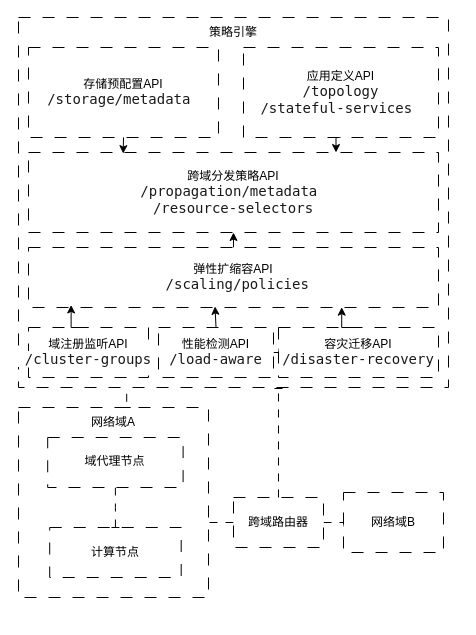
This is 未命名绘图.drawio from RagingSilence/drawio, a draw.io file, before an edit. Source tidied: cells renumbered, new cells numbered last; positions are measured from the earlier drawing's top-left corner, leaving out a move shared by most shapes. Both pictures are drawn from the tidied source at 100%, with x=0, y=0 at pixel (18, 17).
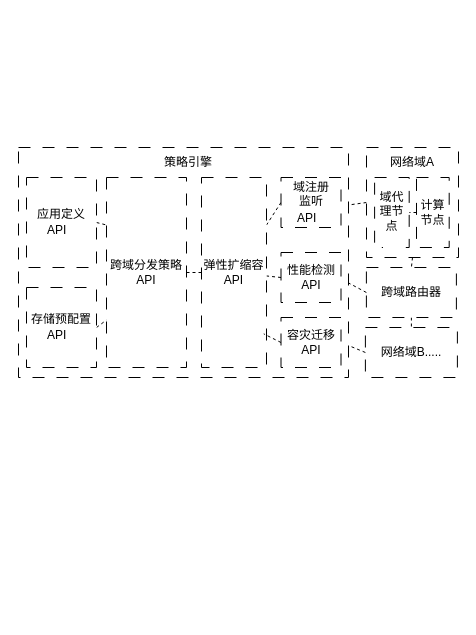
The same diagram, later.

The edit, as a diff of the source:
```diff
@@
-    <mxCell id="2" style="edgeStyle=orthogonalEdgeStyle;rounded=0;jettySize=auto;html=1;fontFamily=Helvetica;fontSize=12;fontColor=default;dashed=1;dashPattern=8 8;strokeColor=default;align=center;verticalAlign=middle;labelBackgroundColor=default;endArrow=baseDash;endFill=0;" parent="1" edge="1" source="4" target="10">
-      <mxGeometry relative="1" as="geometry" />
-    </mxCell>
-    <mxCell id="3" style="edgeStyle=orthogonalEdgeStyle;shape=connector;rounded=0;jettySize=auto;html=1;exitX=1;exitY=0.5;exitDx=0;exitDy=0;entryX=0;entryY=0.5;entryDx=0;entryDy=0;dashed=1;dashPattern=8 8;strokeColor=default;align=center;verticalAlign=middle;fontFamily=Helvetica;fontSize=12;fontColor=default;labelBackgroundColor=default;endArrow=baseDash;endFill=0;" parent="1" edge="1" source="4" target="24">
+    <mxCell id="3" style="edgeStyle=none;shape=connector;rounded=0;jettySize=auto;html=1;exitX=0.5;exitY=1;exitDx=0;exitDy=0;entryX=0.5;entryY=0;entryDx=0;entryDy=0;dashed=1;strokeColor=default;align=center;verticalAlign=middle;fontFamily=Helvetica;fontSize=11;fontColor=default;labelBackgroundColor=default;endArrow=none;" parent="1" edge="1" source="4" target="24">
       <mxGeometry relative="1" as="geometry" />
     </mxCell>
     <mxCell id="4" value="跨域路由器" style="rounded=0;whiteSpace=wrap;html=1;dashed=1;dashPattern=12 12;" parent="1" vertex="1">
-      <mxGeometry x="215" y="480" width="90" height="50" as="geometry" />
+      <mxGeometry x="347.9" y="250" width="90" height="50" as="geometry" />
     </mxCell>
-    <mxCell id="5" style="group;" parent="1" vertex="1">
-      <mxGeometry y="390" width="190" height="210" as="geometry" />
-    </mxCell>
-    <mxCell id="6" style="rounded=0;whiteSpace=wrap;html=1;dashed=1;dashPattern=12 12;" parent="5" vertex="1">
-      <mxGeometry width="190" height="190" as="geometry" />
-    </mxCell>
-    <mxCell id="7" value="计算节点" style="rounded=0;whiteSpace=wrap;html=1;dashed=1;dashPattern=12 12;" parent="5" vertex="1">
-      <mxGeometry x="31.2" y="120" width="131.5" height="50" as="geometry" />
-    </mxCell>
-    <mxCell id="8" style="edgeStyle=orthogonalEdgeStyle;shape=connector;rounded=0;jettySize=auto;html=1;exitX=0.5;exitY=1;exitDx=0;exitDy=0;entryX=0.5;entryY=0;entryDx=0;entryDy=0;dashed=1;dashPattern=8 8;strokeColor=default;align=center;verticalAlign=middle;fontFamily=Helvetica;fontSize=12;fontColor=default;labelBackgroundColor=default;endArrow=baseDash;endFill=0;" parent="5" edge="1" source="9" target="7">
-      <mxGeometry relative="1" as="geometry" />
-    </mxCell>
-    <mxCell id="9" value="&lt;div&gt;&lt;br&gt;&lt;/div&gt;&lt;div&gt;&lt;br&gt;&lt;/div&gt;域代理节点&lt;div&gt;&lt;span style=&quot;color: rgba(0, 0, 0, 0.9); font-family: ui-monospace, SFMono-Regular, &amp;quot;SF Mono&amp;quot;, Menlo, Consolas, &amp;quot;Liberation Mono&amp;quot;, monospace; font-size: 14px; text-align: start; white-space: pre; background-color: rgb(255, 255, 255);&quot;&gt; &lt;/span&gt;&lt;span style=&quot;background-color: light-dark(rgb(255, 255, 255), rgb(18, 18, 18)); color: light-dark(rgba(0, 0, 0, 0.9), rgb(237, 237, 237)); font-family: ui-monospace, SFMono-Regular, &amp;quot;SF Mono&amp;quot;, Menlo, Consolas, &amp;quot;Liberation Mono&amp;quot;, monospace; font-size: 14px; text-align: start; white-space: pre;&quot;&gt; &lt;/span&gt;&lt;/div&gt;&lt;div&gt;&lt;div&gt;&lt;br&gt;&lt;/div&gt;&lt;/div&gt;" style="rounded=0;whiteSpace=wrap;html=1;dashed=1;dashPattern=12 12;" parent="5" vertex="1">
-      <mxGeometry x="29.2" y="30" width="135.4" height="50" as="geometry" />
-    </mxCell>
-    <mxCell id="10" value="网络域A" style="text;html=1;align=center;verticalAlign=middle;whiteSpace=wrap;rounded=0;fontFamily=Helvetica;fontSize=12;fontColor=default;" parent="5" vertex="1">
-      <mxGeometry x="51.2" width="87.7" height="30" as="geometry" />
-    </mxCell>
-    <mxCell id="11" style="edgeStyle=orthogonalEdgeStyle;rounded=0;orthogonalLoop=1;jettySize=auto;html=1;exitX=0.25;exitY=1;exitDx=0;exitDy=0;entryX=0.65;entryY=-0.056;entryDx=0;entryDy=0;entryPerimeter=0;fontFamily=Helvetica;fontSize=12;fontColor=default;dashed=1;dashPattern=8 8;strokeColor=default;align=center;verticalAlign=middle;labelBackgroundColor=default;endArrow=baseDash;endFill=0;" parent="5" edge="1">
-      <mxGeometry relative="1" as="geometry">
-        <mxPoint x="215.6" y="-34.3" as="sourcePoint" />
-        <mxPoint x="108.2" as="targetPoint" />
-        <Array as="points">
-          <mxPoint x="108" y="-34" />
-        </Array>
-      </mxGeometry>
-    </mxCell>
     <mxCell id="12" style="rounded=0;whiteSpace=wrap;html=1;dashed=1;dashPattern=12 12;" parent="1" vertex="1">
-      <mxGeometry width="430" height="370" as="geometry" />
+      <mxGeometry y="130" width="330" height="230" as="geometry" />
     </mxCell>
+    <mxCell id="28" style="edgeStyle=none;shape=connector;rounded=0;jettySize=auto;html=1;exitX=0;exitY=0.5;exitDx=0;exitDy=0;entryX=1;entryY=0.25;entryDx=0;entryDy=0;dashed=1;strokeColor=default;align=center;verticalAlign=middle;fontFamily=Helvetica;fontSize=11;fontColor=default;labelBackgroundColor=default;endArrow=none;" parent="1" edge="1" source="13" target="27">
+      <mxGeometry relative="1" as="geometry" />
+    </mxCell>
-    <mxCell id="13" value="域注册监听API&lt;div&gt;&lt;div&gt;&lt;span style=&quot;color: rgba(0, 0, 0, 0.9); font-family: ui-monospace, SFMono-Regular, &amp;quot;SF Mono&amp;quot;, Menlo, Consolas, &amp;quot;Liberation Mono&amp;quot;, monospace; font-size: 14px; text-align: start; white-space: pre; background-color: rgb(255, 255, 255);&quot;&gt; &lt;/span&gt;&lt;span style=&quot;background-color: light-dark(rgb(255, 255, 255), rgb(18, 18, 18)); color: light-dark(rgba(0, 0, 0, 0.9), rgb(237, 237, 237)); font-family: ui-monospace, SFMono-Regular, &amp;quot;SF Mono&amp;quot;, Menlo, Consolas, &amp;quot;Liberation Mono&amp;quot;, monospace; font-size: 14px; text-align: start; white-space: pre;&quot;&gt;/cluster&lt;/span&gt;&lt;span style=&quot;background-color: light-dark(rgb(255, 255, 255), rgb(18, 18, 18)); color: light-dark(rgba(0, 0, 0, 0.9), rgb(237, 237, 237)); font-family: ui-monospace, SFMono-Regular, &amp;quot;SF Mono&amp;quot;, Menlo, Consolas, &amp;quot;Liberation Mono&amp;quot;, monospace; font-size: 14px; text-align: start; white-space: pre;&quot;&gt;-groups &lt;/span&gt;&lt;/div&gt;&lt;/div&gt;" style="rounded=0;whiteSpace=wrap;html=1;dashed=1;dashPattern=12 12;" parent="1" vertex="1">
-      <mxGeometry x="10" y="310" width="120" height="50" as="geometry" />
+    <mxCell id="13" value="域注册&lt;div&gt;监听&lt;div&gt;API&lt;span style=&quot;background-color: light-dark(rgb(255, 255, 255), rgb(18, 18, 18)); color: light-dark(rgba(0, 0, 0, 0.9), rgb(237, 237, 237)); font-family: ui-monospace, SFMono-Regular, &amp;quot;SF Mono&amp;quot;, Menlo, Consolas, &amp;quot;Liberation Mono&amp;quot;, monospace; font-size: 14px; text-align: start; white-space: pre;&quot;&gt; &lt;/span&gt;&lt;/div&gt;&lt;/div&gt;" style="rounded=0;whiteSpace=wrap;html=1;dashed=1;dashPattern=12 12;" parent="1" vertex="1">
+      <mxGeometry x="262.5" y="160" width="60" height="50" as="geometry" />
     </mxCell>
+    <mxCell id="22" style="edgeStyle=none;shape=connector;rounded=0;jettySize=auto;html=1;exitX=1;exitY=0.5;exitDx=0;exitDy=0;entryX=0;entryY=0.75;entryDx=0;entryDy=0;dashed=1;strokeColor=default;align=center;verticalAlign=middle;fontFamily=Helvetica;fontSize=11;fontColor=default;labelBackgroundColor=default;endArrow=none;" parent="1" edge="1" source="14" target="21">
+      <mxGeometry relative="1" as="geometry" />
+    </mxCell>
-    <mxCell id="14" value="&lt;div&gt;&lt;span style=&quot;background-color: transparent; color: light-dark(rgb(0, 0, 0), rgb(255, 255, 255));&quot;&gt;存储预配置API&lt;/span&gt;&lt;/div&gt;&lt;div&gt;&lt;span style=&quot;color: rgba(0, 0, 0, 0.9); font-family: ui-monospace, SFMono-Regular, &amp;quot;SF Mono&amp;quot;, Menlo, Consolas, &amp;quot;Liberation Mono&amp;quot;, monospace; font-size: 14px; text-align: start; white-space: pre; background-color: rgb(255, 255, 255);&quot;&gt;/storage/metadata &lt;/span&gt;&lt;/div&gt;" style="rounded=0;whiteSpace=wrap;html=1;dashed=1;dashPattern=12 12;" parent="1" vertex="1">
-      <mxGeometry x="10" y="30" width="190" height="90" as="geometry" />
+    <mxCell id="14" value="&lt;div&gt;&lt;span style=&quot;background-color: transparent; color: light-dark(rgb(0, 0, 0), rgb(255, 255, 255));&quot;&gt;存储预配置API&lt;/span&gt;&lt;span style=&quot;background-color: light-dark(rgb(255, 255, 255), rgb(18, 18, 18)); color: light-dark(rgba(0, 0, 0, 0.9), rgb(237, 237, 237)); font-family: ui-monospace, SFMono-Regular, &amp;quot;SF Mono&amp;quot;, Menlo, Consolas, &amp;quot;Liberation Mono&amp;quot;, monospace; font-size: 14px; text-align: start; white-space: pre;&quot;&gt; &lt;/span&gt;&lt;/div&gt;" style="rounded=0;whiteSpace=wrap;html=1;dashed=1;dashPattern=12 12;" parent="1" vertex="1">
+      <mxGeometry x="8" y="270" width="70" height="80" as="geometry" />
     </mxCell>
-    <mxCell id="15" style="edgeStyle=orthogonalEdgeStyle;shape=connector;rounded=0;jettySize=auto;html=1;exitX=1;exitY=0.5;exitDx=0;exitDy=0;entryX=0;entryY=0.5;entryDx=0;entryDy=0;dashed=1;dashPattern=8 8;strokeColor=default;align=center;verticalAlign=middle;fontFamily=Helvetica;fontSize=12;fontColor=default;labelBackgroundColor=default;endArrow=baseDash;endFill=0;" parent="1" edge="1" source="16" target="18">
-      <mxGeometry relative="1" as="geometry" />
-    </mxCell>
+    <mxCell id="30" style="edgeStyle=none;shape=connector;rounded=0;jettySize=auto;html=1;exitX=0;exitY=0.5;exitDx=0;exitDy=0;dashed=1;strokeColor=default;align=center;verticalAlign=middle;fontFamily=Helvetica;fontSize=11;fontColor=default;labelBackgroundColor=default;endArrow=none;" parent="1" edge="1" source="16" target="27">
+      <mxGeometry relative="1" as="geometry" />
+    </mxCell>
-    <mxCell id="16" value="性能检测API&lt;div&gt;&lt;span style=&quot;color: rgba(0, 0, 0, 0.9); font-family: ui-monospace, SFMono-Regular, &amp;quot;SF Mono&amp;quot;, Menlo, Consolas, &amp;quot;Liberation Mono&amp;quot;, monospace; font-size: 14px; text-align: start; white-space: pre; background-color: rgb(255, 255, 255);&quot;&gt;/load-aware&lt;/span&gt;&lt;/div&gt;" style="rounded=0;whiteSpace=wrap;html=1;dashed=1;dashPattern=12 12;" parent="1" vertex="1">
-      <mxGeometry x="140" y="310" width="115" height="50" as="geometry" />
+    <mxCell id="16" value="性能检测&lt;div&gt;API&lt;/div&gt;" style="rounded=0;whiteSpace=wrap;html=1;dashed=1;dashPattern=12 12;" parent="1" vertex="1">
+      <mxGeometry x="262.5" y="235" width="60" height="50" as="geometry" />
     </mxCell>
     <mxCell id="17" value="策略引擎" style="text;html=1;align=center;verticalAlign=middle;whiteSpace=wrap;rounded=0;fontFamily=Helvetica;fontSize=12;fontColor=default;" parent="1" vertex="1">
-      <mxGeometry x="185" width="60" height="30" as="geometry" />
+      <mxGeometry x="140" y="130" width="60" height="30" as="geometry" />
     </mxCell>
-    <mxCell id="18" value="容灾迁移API&lt;div&gt;&lt;div&gt;&lt;span style=&quot;color: rgba(0, 0, 0, 0.9); font-family: ui-monospace, SFMono-Regular, &amp;quot;SF Mono&amp;quot;, Menlo, Consolas, &amp;quot;Liberation Mono&amp;quot;, monospace; font-size: 14px; text-align: start; white-space: pre; background-color: rgb(255, 255, 255);&quot;&gt;/disaster-recovery&lt;/span&gt;&lt;/div&gt;&lt;/div&gt;" style="rounded=0;whiteSpace=wrap;html=1;dashed=1;dashPattern=12 12;" parent="1" vertex="1">
-      <mxGeometry x="260" y="310" width="160" height="50" as="geometry" />
+    <mxCell id="18" value="容灾迁移&lt;div&gt;API&lt;/div&gt;" style="rounded=0;whiteSpace=wrap;html=1;dashed=1;dashPattern=12 12;" parent="1" vertex="1">
+      <mxGeometry x="262.5" y="300" width="60" height="50" as="geometry" />
     </mxCell>
-    <mxCell id="19" style="edgeStyle=orthogonalEdgeStyle;rounded=0;jettySize=auto;html=1;exitX=0.5;exitY=1;exitDx=0;exitDy=0;entryX=0.75;entryY=0;entryDx=0;entryDy=0;" parent="1" edge="1" source="20" target="21">
+    <mxCell id="19" style="edgeStyle=none;shape=connector;rounded=0;jettySize=auto;html=1;exitX=1;exitY=0.5;exitDx=0;exitDy=0;entryX=0;entryY=0.25;entryDx=0;entryDy=0;dashed=1;strokeColor=default;align=center;verticalAlign=middle;fontFamily=Helvetica;fontSize=11;fontColor=default;labelBackgroundColor=default;endArrow=none;" parent="1" edge="1" source="20" target="21">
       <mxGeometry relative="1" as="geometry" />
     </mxCell>
-    <mxCell id="20" value="应用定义API&lt;div&gt;&lt;span style=&quot;color: rgba(0, 0, 0, 0.9); font-family: ui-monospace, SFMono-Regular, &amp;quot;SF Mono&amp;quot;, Menlo, Consolas, &amp;quot;Liberation Mono&amp;quot;, monospace; font-size: 14px; text-align: start; white-space: pre; background-color: rgb(255, 255, 255);&quot;&gt;/topology&lt;/span&gt;&lt;/div&gt;&lt;div&gt;&lt;span style=&quot;color: rgba(0, 0, 0, 0.9); font-family: ui-monospace, SFMono-Regular, &amp;quot;SF Mono&amp;quot;, Menlo, Consolas, &amp;quot;Liberation Mono&amp;quot;, monospace; font-size: 14px; text-align: start; white-space: pre; background-color: rgb(255, 255, 255);&quot;&gt;/stateful-services &lt;/span&gt;&lt;/div&gt;" style="rounded=0;whiteSpace=wrap;html=1;dashed=1;dashPattern=12 12;" parent="1" vertex="1">
-      <mxGeometry x="225" y="30" width="195" height="90" as="geometry" />
+    <mxCell id="20" value="应用定义API&lt;span style=&quot;background-color: light-dark(rgb(255, 255, 255), rgb(18, 18, 18)); color: light-dark(rgba(0, 0, 0, 0.9), rgb(237, 237, 237)); font-family: ui-monospace, SFMono-Regular, &amp;quot;SF Mono&amp;quot;, Menlo, Consolas, &amp;quot;Liberation Mono&amp;quot;, monospace; font-size: 14px; text-align: start; white-space: pre;&quot;&gt; &lt;/span&gt;" style="rounded=0;whiteSpace=wrap;html=1;dashed=1;dashPattern=12 12;" parent="1" vertex="1">
+      <mxGeometry x="8" y="160" width="70" height="90" as="geometry" />
     </mxCell>
-    <mxCell id="21" value="跨域分发策略API&lt;div&gt;&lt;span style=&quot;color: rgba(0, 0, 0, 0.9); font-family: ui-monospace, SFMono-Regular, &amp;quot;SF Mono&amp;quot;, Menlo, Consolas, &amp;quot;Liberation Mono&amp;quot;, monospace; font-size: 14px; text-align: start; white-space: pre; background-color: rgb(255, 255, 255);&quot;&gt;/propagation/metadata &lt;/span&gt;&lt;/div&gt;&lt;div&gt;&lt;span style=&quot;color: rgba(0, 0, 0, 0.9); font-family: ui-monospace, SFMono-Regular, &amp;quot;SF Mono&amp;quot;, Menlo, Consolas, &amp;quot;Liberation Mono&amp;quot;, monospace; font-size: 14px; text-align: start; white-space: pre; background-color: rgb(255, 255, 255);&quot;&gt;/resource-selectors&lt;/span&gt;&lt;/div&gt;" style="rounded=0;whiteSpace=wrap;html=1;dashed=1;dashPattern=12 12;" parent="1" vertex="1">
-      <mxGeometry x="10" y="135" width="410" height="80" as="geometry" />
+    <mxCell id="21" value="跨域分发策略&lt;div&gt;API&lt;/div&gt;" style="rounded=0;whiteSpace=wrap;html=1;dashed=1;dashPattern=12 12;portConstraintRotation=1;" parent="1" vertex="1">
+      <mxGeometry x="88" y="160" width="80" height="190" as="geometry" />
     </mxCell>
-    <mxCell id="22" style="edgeStyle=orthogonalEdgeStyle;rounded=0;jettySize=auto;html=1;exitX=0.5;exitY=1;exitDx=0;exitDy=0;entryX=0.231;entryY=0.014;entryDx=0;entryDy=0;entryPerimeter=0;" parent="1" edge="1" source="14" target="21">
-      <mxGeometry relative="1" as="geometry" />
-    </mxCell>
     <mxCell id="23" style="group;" parent="1" vertex="1">
-      <mxGeometry x="325" y="475" width="100" height="60" as="geometry" />
+      <mxGeometry x="346.9" y="310" width="92" height="50" as="geometry" />
     </mxCell>
-    <mxCell id="24" style="rounded=0;whiteSpace=wrap;html=1;dashed=1;dashPattern=12 12;" parent="23" vertex="1">
-      <mxGeometry width="100" height="60" as="geometry" />
+    <mxCell id="24" value="网络域B....." style="rounded=0;whiteSpace=wrap;html=1;dashed=1;dashPattern=12 12;" parent="23" vertex="1">
+      <mxGeometry width="92" height="50" as="geometry" />
     </mxCell>
-    <mxCell id="25" value="网络域B" style="text;html=1;align=center;verticalAlign=middle;whiteSpace=wrap;rounded=0;fontFamily=Helvetica;fontSize=12;fontColor=default;" parent="23" vertex="1">
-      <mxGeometry x="26.9" y="25.7" width="46.2" height="8.6" as="geometry" />
-    </mxCell>
-    <mxCell id="26" style="edgeStyle=orthogonalEdgeStyle;rounded=0;jettySize=auto;html=1;exitX=0.5;exitY=0;exitDx=0;exitDy=0;entryX=0.5;entryY=1;entryDx=0;entryDy=0;" parent="1" edge="1" source="27" target="21">
+    <mxCell id="26" style="edgeStyle=none;shape=connector;rounded=0;jettySize=auto;html=1;exitX=0;exitY=0.5;exitDx=0;exitDy=0;entryX=1;entryY=0.5;entryDx=0;entryDy=0;dashed=1;strokeColor=default;align=center;verticalAlign=middle;fontFamily=Helvetica;fontSize=11;fontColor=default;labelBackgroundColor=default;endArrow=none;" parent="1" edge="1" source="27" target="21">
       <mxGeometry relative="1" as="geometry" />
     </mxCell>
-    <mxCell id="27" value="弹性扩缩容API&lt;div&gt;&lt;span style=&quot;background-color: rgb(255, 255, 255); color: rgba(0, 0, 0, 0.9); font-family: ui-monospace, SFMono-Regular, &amp;quot;SF Mono&amp;quot;, Menlo, Consolas, &amp;quot;Liberation Mono&amp;quot;, monospace; font-size: 14px; text-align: start; white-space: pre;&quot;&gt; /scaling/policies&lt;/span&gt;&lt;/div&gt;" style="rounded=0;whiteSpace=wrap;html=1;dashed=1;dashPattern=12 12;" parent="1" vertex="1">
-      <mxGeometry x="10" y="230" width="410" height="60" as="geometry" />
+    <mxCell id="27" value="弹性扩缩容API" style="rounded=0;whiteSpace=wrap;html=1;dashed=1;dashPattern=12 12;" parent="1" vertex="1">
+      <mxGeometry x="183" y="160" width="65" height="190" as="geometry" />
     </mxCell>
-    <mxCell id="28" style="edgeStyle=orthogonalEdgeStyle;rounded=0;jettySize=auto;html=1;exitX=0.5;exitY=0;exitDx=0;exitDy=0;entryX=0.104;entryY=0.958;entryDx=0;entryDy=0;entryPerimeter=0;" parent="1" edge="1" source="13" target="27">
-      <mxGeometry relative="1" as="geometry" />
-    </mxCell>
+    <mxCell id="32" style="edgeStyle=none;shape=connector;rounded=0;jettySize=auto;html=1;exitX=0.5;exitY=1;exitDx=0;exitDy=0;entryX=0.5;entryY=0;entryDx=0;entryDy=0;dashed=1;strokeColor=default;align=center;verticalAlign=middle;fontFamily=Helvetica;fontSize=11;fontColor=default;labelBackgroundColor=default;endArrow=none;" parent="1" edge="1" source="6" target="4">
+      <mxGeometry relative="1" as="geometry" />
+    </mxCell>
+    <mxCell id="33" style="edgeStyle=none;shape=connector;rounded=0;jettySize=auto;html=1;exitX=0;exitY=0.5;exitDx=0;exitDy=0;entryX=1;entryY=0.25;entryDx=0;entryDy=0;dashed=1;strokeColor=default;align=center;verticalAlign=middle;fontFamily=Helvetica;fontSize=11;fontColor=default;labelBackgroundColor=default;endArrow=none;" parent="1" edge="1" source="6" target="12">
+      <mxGeometry relative="1" as="geometry" />
+    </mxCell>
+    <mxCell id="6" style="rounded=0;whiteSpace=wrap;html=1;dashed=1;dashPattern=12 12;" parent="1" vertex="1">
+      <mxGeometry x="348" y="130" width="92" height="110" as="geometry" />
+    </mxCell>
+    <mxCell id="34" style="edgeStyle=none;shape=connector;rounded=0;jettySize=auto;html=1;exitX=0;exitY=0.5;exitDx=0;exitDy=0;entryX=1;entryY=0.5;entryDx=0;entryDy=0;dashed=1;strokeColor=default;align=center;verticalAlign=middle;fontFamily=Helvetica;fontSize=11;fontColor=default;labelBackgroundColor=default;endArrow=none;" parent="1" edge="1" source="7" target="9">
+      <mxGeometry relative="1" as="geometry" />
+    </mxCell>
+    <mxCell id="7" value="计算节点" style="rounded=0;whiteSpace=wrap;html=1;dashed=1;dashPattern=12 12;" parent="1" vertex="1">
+      <mxGeometry x="398" y="160" width="32.7" height="70" as="geometry" />
+    </mxCell>
+    <mxCell id="9" value="&lt;div&gt;&lt;br&gt;&lt;/div&gt;&lt;div&gt;&lt;br&gt;&lt;/div&gt;域代理节点&lt;div&gt;&lt;span style=&quot;color: rgba(0, 0, 0, 0.9); font-family: ui-monospace, SFMono-Regular, &amp;quot;SF Mono&amp;quot;, Menlo, Consolas, &amp;quot;Liberation Mono&amp;quot;, monospace; font-size: 14px; text-align: start; white-space: pre; background-color: rgb(255, 255, 255);&quot;&gt; &lt;/span&gt;&lt;span style=&quot;background-color: light-dark(rgb(255, 255, 255), rgb(18, 18, 18)); color: light-dark(rgba(0, 0, 0, 0.9), rgb(237, 237, 237)); font-family: ui-monospace, SFMono-Regular, &amp;quot;SF Mono&amp;quot;, Menlo, Consolas, &amp;quot;Liberation Mono&amp;quot;, monospace; font-size: 14px; text-align: start; white-space: pre;&quot;&gt; &lt;/span&gt;&lt;/div&gt;&lt;div&gt;&lt;div&gt;&lt;br&gt;&lt;/div&gt;&lt;/div&gt;" style="rounded=0;whiteSpace=wrap;html=1;dashed=1;dashPattern=12 12;" parent="1" vertex="1">
+      <mxGeometry x="356.1" y="160" width="34.6" height="70" as="geometry" />
+    </mxCell>
+    <mxCell id="10" value="网络域A" style="text;html=1;align=center;verticalAlign=middle;whiteSpace=wrap;rounded=0;fontFamily=Helvetica;fontSize=12;fontColor=default;" parent="1" vertex="1">
+      <mxGeometry x="350.2" y="130" width="87.7" height="30" as="geometry" />
+    </mxCell>
-    <mxCell id="29" style="edgeStyle=orthogonalEdgeStyle;rounded=0;jettySize=auto;html=1;exitX=0.5;exitY=0;exitDx=0;exitDy=0;entryX=0.764;entryY=0.995;entryDx=0;entryDy=0;entryPerimeter=0;" parent="1" edge="1" source="18" target="27">
+    <mxCell id="29" style="edgeStyle=none;shape=connector;rounded=0;jettySize=auto;html=1;exitX=0;exitY=0.5;exitDx=0;exitDy=0;entryX=0.958;entryY=0.823;entryDx=0;entryDy=0;entryPerimeter=0;dashed=1;strokeColor=default;align=center;verticalAlign=middle;fontFamily=Helvetica;fontSize=11;fontColor=default;labelBackgroundColor=default;endArrow=none;" parent="1" edge="1" source="18" target="27">
       <mxGeometry relative="1" as="geometry" />
     </mxCell>
-    <mxCell id="30" style="edgeStyle=orthogonalEdgeStyle;rounded=0;jettySize=auto;html=1;exitX=0.5;exitY=0;exitDx=0;exitDy=0;entryX=0.455;entryY=0.981;entryDx=0;entryDy=0;entryPerimeter=0;" parent="1" edge="1" source="16" target="27">
-      <mxGeometry relative="1" as="geometry" />
-    </mxCell>
-    <mxCell id="31" style="edgeStyle=orthogonalEdgeStyle;rounded=0;jettySize=auto;html=1;fontFamily=Helvetica;fontSize=12;fontColor=default;dashed=1;dashPattern=8 8;strokeColor=default;align=center;verticalAlign=middle;labelBackgroundColor=default;endArrow=baseDash;endFill=0;exitX=0.5;exitY=0;exitDx=0;exitDy=0;" parent="1" edge="1" source="4">
-      <mxGeometry relative="1" as="geometry">
-        <mxPoint x="260" y="371" as="targetPoint" />
-        <Array as="points">
-          <mxPoint x="260" y="371" />
-        </Array>
-      </mxGeometry>
-    </mxCell>
+    <mxCell id="35" style="edgeStyle=none;shape=connector;rounded=0;jettySize=auto;html=1;exitX=0;exitY=0.5;exitDx=0;exitDy=0;entryX=0.999;entryY=0.588;entryDx=0;entryDy=0;entryPerimeter=0;dashed=1;strokeColor=default;align=center;verticalAlign=middle;fontFamily=Helvetica;fontSize=11;fontColor=default;labelBackgroundColor=default;endArrow=none;" parent="1" edge="1" source="4" target="12">
+      <mxGeometry relative="1" as="geometry" />
+    </mxCell>
+    <mxCell id="36" style="edgeStyle=none;shape=connector;rounded=0;jettySize=auto;html=1;exitX=0;exitY=0.5;exitDx=0;exitDy=0;entryX=1.002;entryY=0.862;entryDx=0;entryDy=0;entryPerimeter=0;dashed=1;strokeColor=default;align=center;verticalAlign=middle;fontFamily=Helvetica;fontSize=11;fontColor=default;labelBackgroundColor=default;endArrow=none;" parent="1" edge="1" source="24" target="12">
+      <mxGeometry relative="1" as="geometry" />
+    </mxCell>
```
